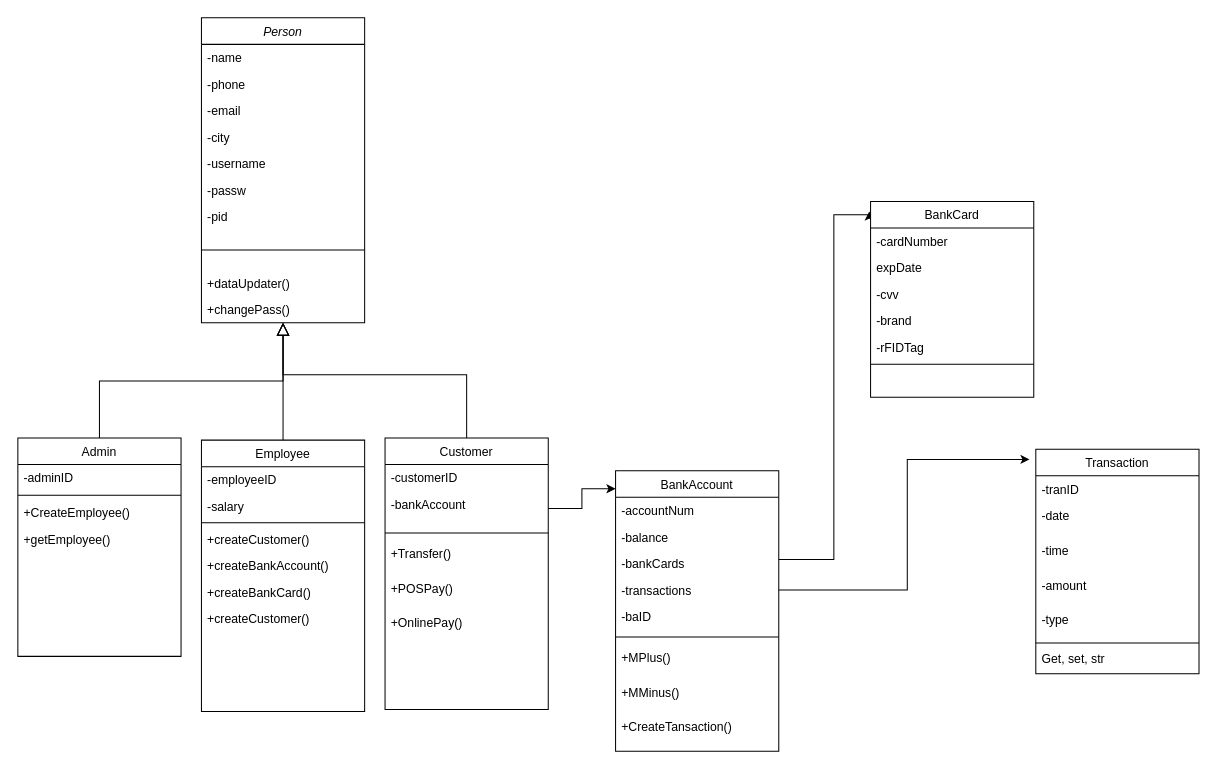
This is OOP Python/Project - Bank/bank.drawio from ladamtla/School, a draw.io file, before an edit. Source tidied: cells renumbered, new cells numbered last; positions are measured from the earlier drawing's top-left corner, leaving out a move shared by most shapes. Both pictures are drawn from the tidied source at 102%, with x=0, y=0 at pixel (17, 17).
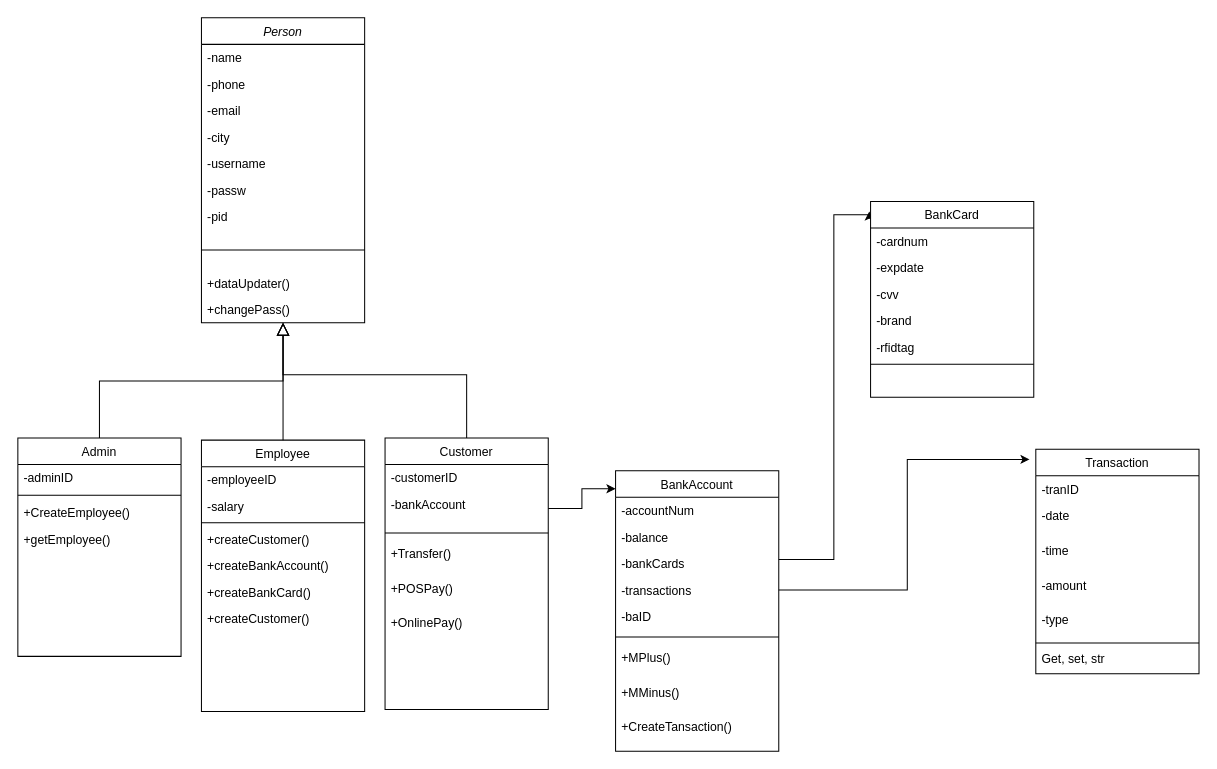
The same diagram, later.

Unchanged cells that the change refers to:
```xml
<mxCell id="48" value="BankCard" style="swimlane;fontStyle=0;align=center;verticalAlign=top;horizontal=1;startSize=26;rounded=0;shadow=0;strokeWidth=1;" parent="1" vertex="1">
  <mxGeometry x="836" y="180" width="160" height="192" as="geometry" />
</mxCell>
```

Diff of the diagram source:
```diff
@@
-    <mxCell id="49" value="-cardNumber" style="text;align=left;verticalAlign=top;spacingLeft=4;spacingRight=4;overflow=hidden;rounded=0;" parent="48" vertex="1">
+    <mxCell id="49" value="-cardnum" style="text;align=left;verticalAlign=top;spacingLeft=4;spacingRight=4;overflow=hidden;rounded=0;" parent="48" vertex="1">
       <mxGeometry y="26" width="160" height="26" as="geometry" />
     </mxCell>
-    <mxCell id="50" value="expDate" style="text;align=left;verticalAlign=top;spacingLeft=4;spacingRight=4;overflow=hidden;rounded=0;" parent="48" vertex="1">
+    <mxCell id="50" value="-expdate" style="text;align=left;verticalAlign=top;spacingLeft=4;spacingRight=4;overflow=hidden;rounded=0;" parent="48" vertex="1">
       <mxGeometry y="52" width="160" height="26" as="geometry" />
     </mxCell>
@@
-    <mxCell id="53" value="-rFIDTag" style="text;align=left;verticalAlign=top;spacingLeft=4;spacingRight=4;overflow=hidden;rounded=0;html=1;labelBackgroundColor=none;labelBorderColor=none;" parent="48" vertex="1">
+    <mxCell id="53" value="-rfidtag" style="text;align=left;verticalAlign=top;spacingLeft=4;spacingRight=4;overflow=hidden;rounded=0;html=1;labelBackgroundColor=none;labelBorderColor=none;" parent="48" vertex="1">
       <mxGeometry y="130" width="160" height="26" as="geometry" />
     </mxCell>
```
